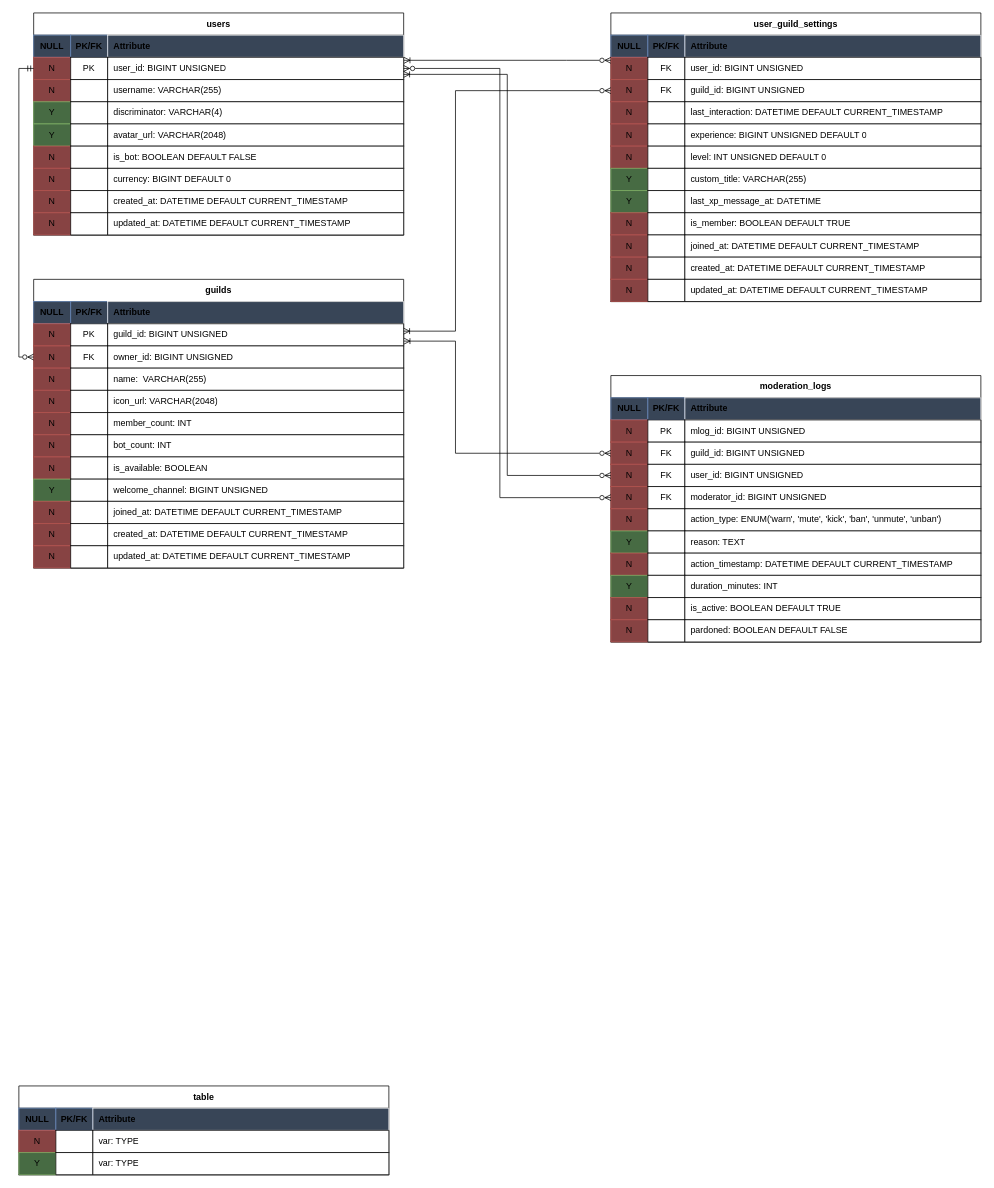
This is database/diagram.drawio from DeprecatedLogic/shirayume, a draw.io file, before an edit. Source tidied: cells renumbered, new cells numbered last; positions are measured from the earlier drawing's top-left corner, leaving out a move shared by most shapes. Both pictures are drawn from the tidied source at 74%, with x=0, y=0 at pixel (18, 13).
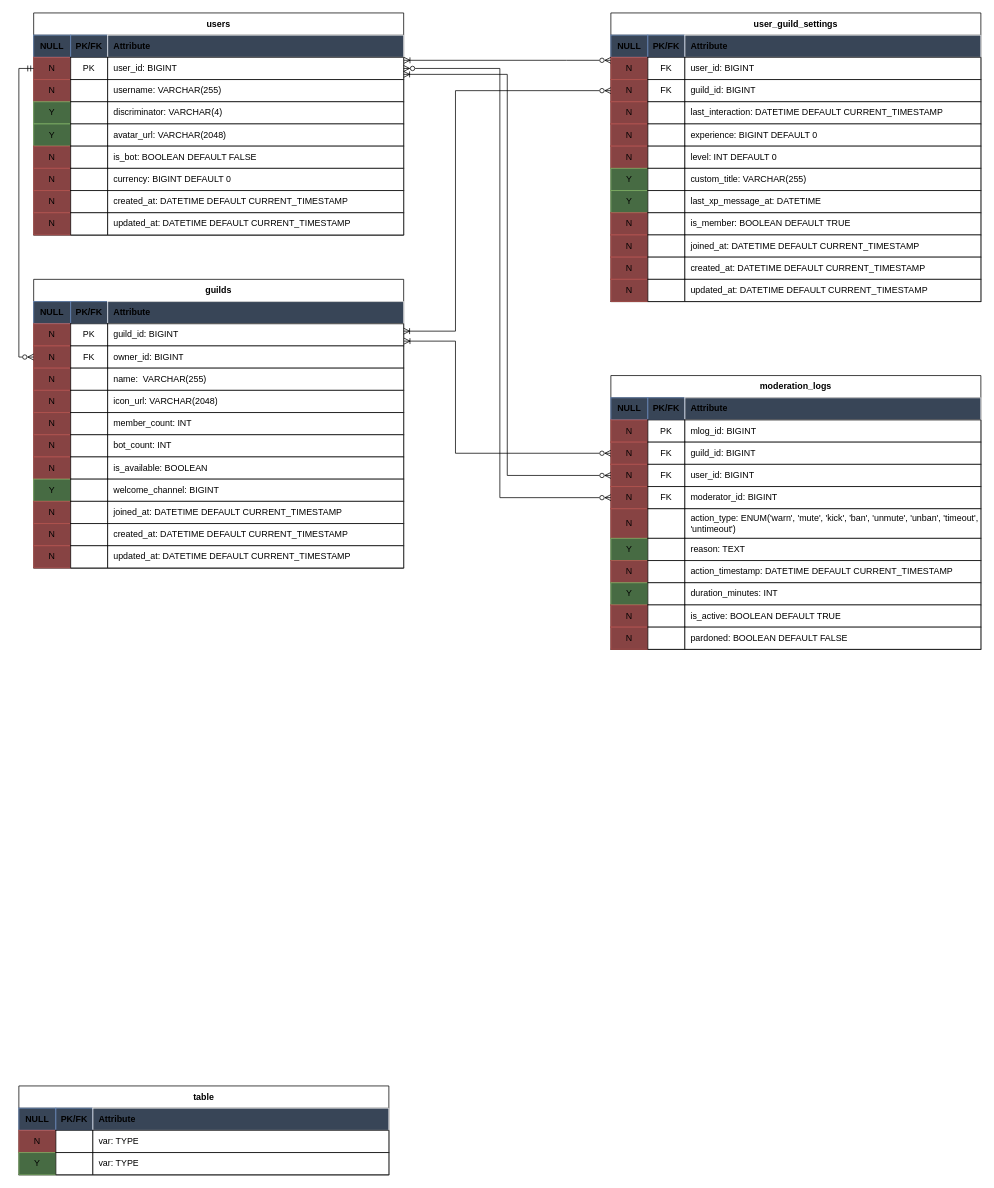
The same diagram, later.

Unchanged cells that the change refers to:
```xml
<mxCell id="7" style="shape=tableRow;horizontal=0;startSize=0;swimlaneHead=0;swimlaneBody=0;points=[[0,0.5],[1,0.5]];portConstraint=eastwest;top=0;left=0;right=0;bottom=1;html=1;fillColor=none;" parent="2" vertex="1">
  <mxGeometry y="60" width="500" height="30" as="geometry" />
</mxCell>
<mxCell id="44" style="shape=tableRow;horizontal=0;startSize=0;swimlaneHead=0;swimlaneBody=0;points=[[0,0.5],[1,0.5]];portConstraint=eastwest;top=0;left=0;right=0;bottom=1;html=1;fillColor=none;" parent="39" vertex="1">
  <mxGeometry y="60" width="500" height="30" as="geometry" />
</mxCell>
<mxCell id="48" style="shape=tableRow;horizontal=0;startSize=0;swimlaneHead=0;swimlaneBody=0;points=[[0,0.5],[1,0.5]];portConstraint=eastwest;top=0;left=0;right=0;bottom=1;html=1;fillColor=none;" parent="39" vertex="1">
  <mxGeometry y="90" width="500" height="30" as="geometry" />
</mxCell>
<mxCell id="72" style="shape=tableRow;horizontal=0;startSize=0;swimlaneHead=0;swimlaneBody=0;top=0;left=0;right=0;bottom=1;html=1;fillColor=none;" parent="39" vertex="1">
  <mxGeometry y="270" width="500" height="30" as="geometry" />
</mxCell>
<mxCell id="93" style="shape=tableRow;horizontal=0;startSize=0;swimlaneHead=0;swimlaneBody=0;top=0;left=0;right=0;bottom=1;html=1;fillColor=none;" parent="88" vertex="1">
  <mxGeometry y="60" width="500" height="30" as="geometry" />
</mxCell>
<mxCell id="97" style="shape=tableRow;horizontal=0;startSize=0;swimlaneHead=0;swimlaneBody=0;points=[[0,0.5],[1,0.5]];portConstraint=eastwest;top=0;left=0;right=0;bottom=1;html=1;fillColor=none;" parent="88" vertex="1">
  <mxGeometry y="90" width="500" height="30" as="geometry" />
</mxCell>
<mxCell id="105" style="shape=tableRow;horizontal=0;startSize=0;swimlaneHead=0;swimlaneBody=0;top=0;left=0;right=0;bottom=1;html=1;fillColor=none;" parent="88" vertex="1">
  <mxGeometry y="150" width="500" height="30" as="geometry" />
</mxCell>
<mxCell id="109" style="shape=tableRow;horizontal=0;startSize=0;swimlaneHead=0;swimlaneBody=0;top=0;left=0;right=0;bottom=1;html=1;fillColor=none;" parent="88" vertex="1">
  <mxGeometry y="180" width="500" height="30" as="geometry" />
</mxCell>
<mxCell id="144" style="shape=tableRow;horizontal=0;startSize=0;swimlaneHead=0;swimlaneBody=0;top=0;left=0;right=0;bottom=1;html=1;fillColor=none;" parent="139" vertex="1">
  <mxGeometry y="60" width="500" height="30" as="geometry" />
</mxCell>
<mxCell id="148" style="shape=tableRow;horizontal=0;startSize=0;swimlaneHead=0;swimlaneBody=0;points=[[0,0.5],[1,0.5]];portConstraint=eastwest;top=0;left=0;right=0;bottom=1;html=1;fillColor=none;" parent="139" vertex="1">
  <mxGeometry y="90" width="500" height="30" as="geometry" />
</mxCell>
<mxCell id="152" style="shape=tableRow;horizontal=0;startSize=0;swimlaneHead=0;swimlaneBody=0;points=[[0,0.5],[1,0.5]];portConstraint=eastwest;top=0;left=0;right=0;bottom=1;html=1;fillColor=none;" parent="139" vertex="1">
  <mxGeometry y="120" width="500" height="30" as="geometry" />
</mxCell>
<mxCell id="156" style="shape=tableRow;horizontal=0;startSize=0;swimlaneHead=0;swimlaneBody=0;top=0;left=0;right=0;bottom=1;html=1;fillColor=none;" parent="139" vertex="1">
  <mxGeometry y="150" width="500" height="30" as="geometry" />
</mxCell>
```

What changed in the source:
```diff
@@
-    <mxCell id="10" value="user_id: BIGINT UNSIGNED" style="shape=partialRectangle;top=1;left=1;bottom=1;right=1;align=left;spacingLeft=6;fontStyle=0;overflow=hidden;html=1;whiteSpace=wrap;fillColor=default;" parent="7" vertex="1">
+    <mxCell id="10" value="user_id: BIGINT" style="shape=partialRectangle;top=1;left=1;bottom=1;right=1;align=left;spacingLeft=6;fontStyle=0;overflow=hidden;html=1;whiteSpace=wrap;fillColor=default;" parent="7" vertex="1">
       <mxGeometry x="100" width="400" height="30" as="geometry" />
     </mxCell>
@@
-    <mxCell id="47" value="guild_id: BIGINT UNSIGNED" style="shape=partialRectangle;top=1;left=1;bottom=1;right=1;align=left;spacingLeft=6;fontStyle=0;overflow=hidden;html=1;whiteSpace=wrap;fillColor=default;" parent="44" vertex="1">
+    <mxCell id="47" value="guild_id: BIGINT" style="shape=partialRectangle;top=1;left=1;bottom=1;right=1;align=left;spacingLeft=6;fontStyle=0;overflow=hidden;html=1;whiteSpace=wrap;fillColor=default;" parent="44" vertex="1">
       <mxGeometry x="100" width="400" height="30" as="geometry" />
     </mxCell>
@@
-    <mxCell id="51" value="owner_id: BIGINT UNSIGNED" style="shape=partialRectangle;top=1;left=1;bottom=1;right=1;align=left;spacingLeft=6;fontStyle=0;overflow=hidden;html=1;whiteSpace=wrap;fillColor=default;" parent="48" vertex="1">
+    <mxCell id="51" value="owner_id: BIGINT" style="shape=partialRectangle;top=1;left=1;bottom=1;right=1;align=left;spacingLeft=6;fontStyle=0;overflow=hidden;html=1;whiteSpace=wrap;fillColor=default;" parent="48" vertex="1">
       <mxGeometry x="100" width="400" height="30" as="geometry" />
     </mxCell>
@@
-    <mxCell id="75" value="welcome_channel: BIGINT UNSIGNED" style="shape=partialRectangle;top=1;left=1;bottom=1;right=1;align=left;spacingLeft=6;fontStyle=0;overflow=hidden;html=1;whiteSpace=wrap;fillColor=default;" parent="72" vertex="1">
+    <mxCell id="75" value="welcome_channel: BIGINT" style="shape=partialRectangle;top=1;left=1;bottom=1;right=1;align=left;spacingLeft=6;fontStyle=0;overflow=hidden;html=1;whiteSpace=wrap;fillColor=default;" parent="72" vertex="1">
       <mxGeometry x="100" width="400" height="30" as="geometry" />
     </mxCell>
@@
-    <mxCell id="96" value="user_id: BIGINT UNSIGNED" style="shape=partialRectangle;top=1;left=1;bottom=1;right=1;align=left;spacingLeft=6;fontStyle=0;overflow=hidden;html=1;whiteSpace=wrap;fillColor=default;" parent="93" vertex="1">
+    <mxCell id="96" value="user_id: BIGINT" style="shape=partialRectangle;top=1;left=1;bottom=1;right=1;align=left;spacingLeft=6;fontStyle=0;overflow=hidden;html=1;whiteSpace=wrap;fillColor=default;" parent="93" vertex="1">
       <mxGeometry x="100" width="400" height="30" as="geometry" />
     </mxCell>
@@
-    <mxCell id="100" value="guild_id: BIGINT UNSIGNED" style="shape=partialRectangle;top=1;left=1;bottom=1;right=1;align=left;spacingLeft=6;fontStyle=0;overflow=hidden;html=1;whiteSpace=wrap;fillColor=default;" parent="97" vertex="1">
+    <mxCell id="100" value="guild_id: BIGINT" style="shape=partialRectangle;top=1;left=1;bottom=1;right=1;align=left;spacingLeft=6;fontStyle=0;overflow=hidden;html=1;whiteSpace=wrap;fillColor=default;" parent="97" vertex="1">
       <mxGeometry x="100" width="400" height="30" as="geometry" />
     </mxCell>
@@
-    <mxCell id="108" value="experience: BIGINT UNSIGNED DEFAULT 0" style="shape=partialRectangle;top=1;left=1;bottom=1;right=1;align=left;spacingLeft=6;fontStyle=0;overflow=hidden;html=1;whiteSpace=wrap;fillColor=default;" parent="105" vertex="1">
+    <mxCell id="108" value="experience: BIGINT DEFAULT 0" style="shape=partialRectangle;top=1;left=1;bottom=1;right=1;align=left;spacingLeft=6;fontStyle=0;overflow=hidden;html=1;whiteSpace=wrap;fillColor=default;" parent="105" vertex="1">
       <mxGeometry x="100" width="400" height="30" as="geometry" />
     </mxCell>
@@
-    <mxCell id="112" value="level: INT UNSIGNED DEFAULT 0" style="shape=partialRectangle;top=1;left=1;bottom=1;right=1;align=left;spacingLeft=6;fontStyle=0;overflow=hidden;html=1;whiteSpace=wrap;fillColor=default;" parent="109" vertex="1">
+    <mxCell id="112" value="level: INT DEFAULT 0" style="shape=partialRectangle;top=1;left=1;bottom=1;right=1;align=left;spacingLeft=6;fontStyle=0;overflow=hidden;html=1;whiteSpace=wrap;fillColor=default;" parent="109" vertex="1">
       <mxGeometry x="100" width="400" height="30" as="geometry" />
     </mxCell>
@@
     <mxCell id="139" value="moderation_logs" style="shape=table;startSize=30;childLayout=tableLayout;rowLines=0;fontStyle=1;align=center;html=1;whiteSpace=wrap;fillColor=light-dark(#FFFFFF,#36486B);" parent="1" vertex="1">
-      <mxGeometry x="800" y="490" width="500" height="360" as="geometry" />
+      <mxGeometry x="800" y="490" width="500" height="370" as="geometry" />
     </mxCell>
@@
-    <mxCell id="147" value="&lt;span style=&quot;background-color: transparent; color: light-dark(rgb(0, 0, 0), rgb(255, 255, 255));&quot;&gt;mlog_id: BIGINT UNSIGNED&lt;/span&gt;" style="shape=partialRectangle;top=1;left=1;bottom=1;right=1;align=left;spacingLeft=6;fontStyle=0;overflow=hidden;html=1;whiteSpace=wrap;fillColor=default;" parent="144" vertex="1">
+    <mxCell id="147" value="&lt;span style=&quot;background-color: transparent; color: light-dark(rgb(0, 0, 0), rgb(255, 255, 255));&quot;&gt;mlog_id: BIGINT&lt;/span&gt;" style="shape=partialRectangle;top=1;left=1;bottom=1;right=1;align=left;spacingLeft=6;fontStyle=0;overflow=hidden;html=1;whiteSpace=wrap;fillColor=default;" parent="144" vertex="1">
       <mxGeometry x="100" width="400" height="30" as="geometry" />
     </mxCell>
@@
-    <mxCell id="151" value="guild_id: BIGINT UNSIGNED" style="shape=partialRectangle;top=1;left=1;bottom=1;right=1;align=left;spacingLeft=6;fontStyle=0;overflow=hidden;html=1;whiteSpace=wrap;fillColor=default;" parent="148" vertex="1">
+    <mxCell id="151" value="guild_id: BIGINT" style="shape=partialRectangle;top=1;left=1;bottom=1;right=1;align=left;spacingLeft=6;fontStyle=0;overflow=hidden;html=1;whiteSpace=wrap;fillColor=default;" parent="148" vertex="1">
       <mxGeometry x="100" width="400" height="30" as="geometry" />
     </mxCell>
@@
-    <mxCell id="155" value="user_id: BIGINT UNSIGNED" style="shape=partialRectangle;top=1;left=1;bottom=1;right=1;align=left;spacingLeft=6;fontStyle=0;overflow=hidden;html=1;whiteSpace=wrap;fillColor=default;" parent="152" vertex="1">
+    <mxCell id="155" value="user_id: BIGINT" style="shape=partialRectangle;top=1;left=1;bottom=1;right=1;align=left;spacingLeft=6;fontStyle=0;overflow=hidden;html=1;whiteSpace=wrap;fillColor=default;" parent="152" vertex="1">
       <mxGeometry x="100" width="400" height="30" as="geometry" />
     </mxCell>
@@
-    <mxCell id="159" value="moderator_id: BIGINT UNSIGNED" style="shape=partialRectangle;top=1;left=1;bottom=1;right=1;align=left;spacingLeft=6;fontStyle=0;overflow=hidden;html=1;whiteSpace=wrap;fillColor=default;" parent="156" vertex="1">
+    <mxCell id="159" value="moderator_id: BIGINT" style="shape=partialRectangle;top=1;left=1;bottom=1;right=1;align=left;spacingLeft=6;fontStyle=0;overflow=hidden;html=1;whiteSpace=wrap;fillColor=default;" parent="156" vertex="1">
       <mxGeometry x="100" width="400" height="30" as="geometry" />
     </mxCell>
     <mxCell id="160" style="shape=tableRow;horizontal=0;startSize=0;swimlaneHead=0;swimlaneBody=0;top=0;left=0;right=0;bottom=1;html=1;fillColor=none;" parent="139" vertex="1">
-      <mxGeometry y="180" width="500" height="30" as="geometry" />
+      <mxGeometry y="180" width="500" height="40" as="geometry" />
     </mxCell>
     <mxCell id="161" value="N" style="shape=partialRectangle;top=1;left=1;bottom=1;right=1;fontStyle=0;overflow=hidden;html=1;whiteSpace=wrap;fillColor=light-dark(#874343,#874343);strokeColor=#b85450;fillStyle=auto;" parent="160" vertex="1">
-      <mxGeometry width="50" height="30" as="geometry" />
+      <mxGeometry width="50" height="40" as="geometry" />
     </mxCell>
     <mxCell id="162" style="shape=partialRectangle;top=1;left=1;bottom=1;right=1;fontStyle=0;overflow=hidden;html=1;whiteSpace=wrap;fillColor=default;" parent="160" vertex="1">
-      <mxGeometry x="50" width="50" height="30" as="geometry" />
+      <mxGeometry x="50" width="50" height="40" as="geometry" />
     </mxCell>
-    <mxCell id="163" value="action_type: ENUM('warn', 'mute', 'kick', 'ban', 'unmute', 'unban')" style="shape=partialRectangle;top=1;left=1;bottom=1;right=1;align=left;spacingLeft=6;fontStyle=0;overflow=hidden;html=1;whiteSpace=wrap;fillColor=default;" parent="160" vertex="1">
-      <mxGeometry x="100" width="400" height="30" as="geometry" />
+    <mxCell id="163" value="action_type: ENUM('warn', 'mute', 'kick', 'ban', 'unmute', 'unban', 'timeout', 'untimeout')" style="shape=partialRectangle;top=1;left=1;bottom=1;right=1;align=left;spacingLeft=6;fontStyle=0;overflow=hidden;html=1;whiteSpace=wrap;fillColor=default;" parent="160" vertex="1">
+      <mxGeometry x="100" width="400" height="40" as="geometry" />
     </mxCell>
     <mxCell id="164" style="shape=tableRow;horizontal=0;startSize=0;swimlaneHead=0;swimlaneBody=0;top=0;left=0;right=0;bottom=1;html=1;fillColor=none;" parent="139" vertex="1">
-      <mxGeometry y="210" width="500" height="30" as="geometry" />
+      <mxGeometry y="220" width="500" height="30" as="geometry" />
     </mxCell>
@@
     <mxCell id="168" style="shape=tableRow;horizontal=0;startSize=0;swimlaneHead=0;swimlaneBody=0;top=0;left=0;right=0;bottom=1;html=1;fillColor=none;" parent="139" vertex="1">
-      <mxGeometry y="240" width="500" height="30" as="geometry" />
+      <mxGeometry y="250" width="500" height="30" as="geometry" />
     </mxCell>
@@
     <mxCell id="172" style="shape=tableRow;horizontal=0;startSize=0;swimlaneHead=0;swimlaneBody=0;top=0;left=0;right=0;bottom=1;html=1;fillColor=none;" parent="139" vertex="1">
-      <mxGeometry y="270" width="500" height="30" as="geometry" />
+      <mxGeometry y="280" width="500" height="30" as="geometry" />
     </mxCell>
@@
     <mxCell id="176" style="shape=tableRow;horizontal=0;startSize=0;swimlaneHead=0;swimlaneBody=0;top=0;left=0;right=0;bottom=1;html=1;fillColor=none;" parent="139" vertex="1">
-      <mxGeometry y="300" width="500" height="30" as="geometry" />
+      <mxGeometry y="310" width="500" height="30" as="geometry" />
     </mxCell>
@@
     <mxCell id="180" style="shape=tableRow;horizontal=0;startSize=0;swimlaneHead=0;swimlaneBody=0;top=0;left=0;right=0;bottom=1;html=1;fillColor=none;" parent="139" vertex="1">
-      <mxGeometry y="330" width="500" height="30" as="geometry" />
+      <mxGeometry y="340" width="500" height="30" as="geometry" />
     </mxCell>
```
